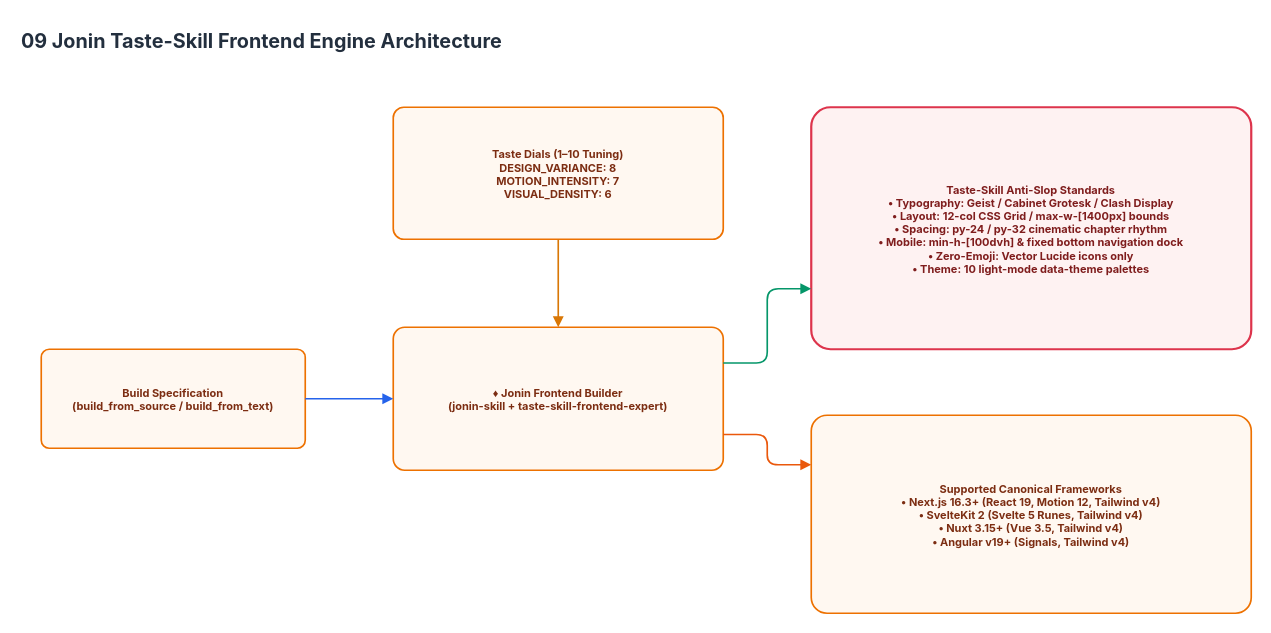
Earlier version of the draw.io diagram page "09 Jonin Taste-Skill Frontend Engine" (9 of 15) of docs/diagrams/konoha-enterprise-architecture.drawio (andycungkrinx91/konoha). Source tidied: cells renumbered, new cells numbered last; positions are measured from the earlier drawing's top-left corner, leaving out a move shared by most shapes. Both pictures are drawn from the tidied source at 110%, with x=0, y=0 at pixel (19, 19).
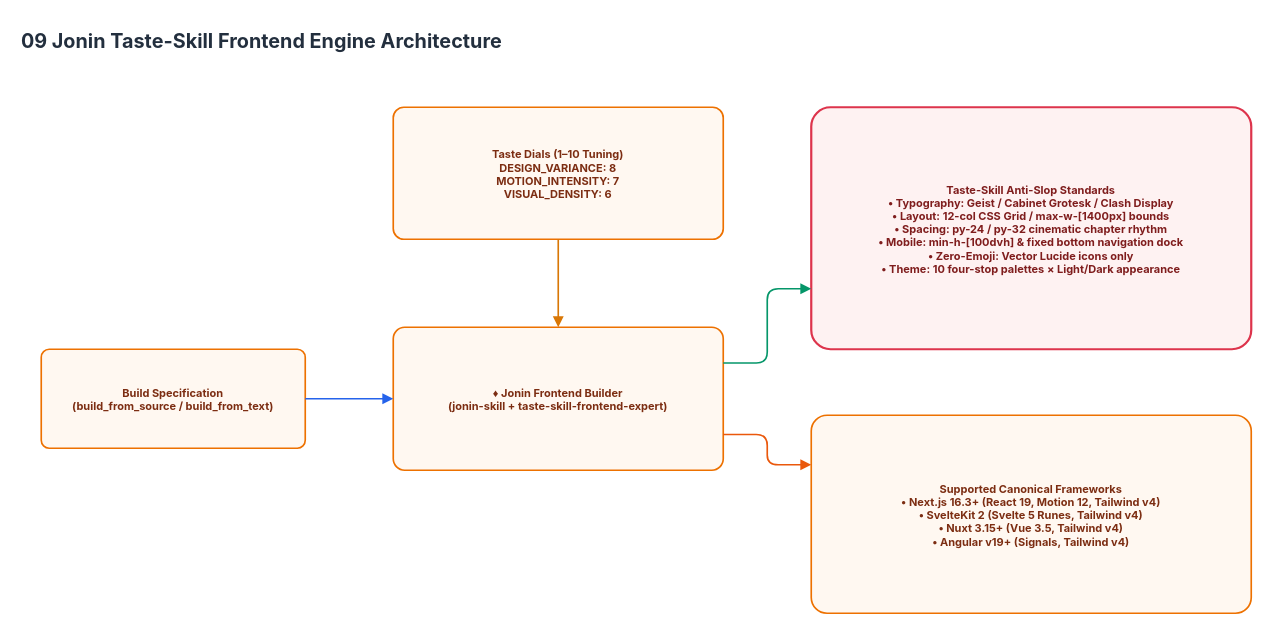
The same diagram, later.

The edit, as a diff of the source:
```diff
@@
 <mxGraphModel>
   <root>
     <mxCell id="0" />
     <mxCell id="1" parent="0" />
     <mxCell id="2" value="09 Jonin Taste-Skill Frontend Engine Architecture" style="text;html=1;strokeColor=none;fillColor=none;fontFamily=Inter, system-ui, -apple-system;fontSize=18;fontStyle=1;fontColor=#232F3E;align=left;verticalAlign=middle;" parent="1" vertex="1">
       <mxGeometry width="900" height="40" as="geometry" />
     </mxCell>
     <mxCell id="3" value="Build Specification&#10;(build_from_source / build_from_text)" style="rounded=1;arcSize=8;html=1;whiteSpace=wrap;fillColor=#FFF8F1;strokeColor=#ED7100;strokeWidth=1.5;fontFamily=Inter, system-ui, -apple-system;fontSize=10;fontColor=#7C2D12;fontStyle=1;shadow=0;" parent="1" vertex="1">
       <mxGeometry x="20" y="300" width="240" height="90" as="geometry" />
     </mxCell>
     <mxCell id="4" value="♦ Jonin Frontend Builder&#10;(jonin-skill + taste-skill-frontend-expert)" style="rounded=1;arcSize=8;html=1;whiteSpace=wrap;fillColor=#FFF8F1;strokeColor=#ED7100;strokeWidth=1.5;fontFamily=Inter, system-ui, -apple-system;fontSize=10;fontColor=#7C2D12;fontStyle=1;shadow=0;" parent="1" vertex="1">
       <mxGeometry x="340" y="280" width="300" height="130" as="geometry" />
     </mxCell>
     <mxCell id="5" value="Taste Dials (1–10 Tuning)&#10;DESIGN_VARIANCE: 8&#10;MOTION_INTENSITY: 7&#10;VISUAL_DENSITY: 6" style="rounded=1;arcSize=8;html=1;whiteSpace=wrap;fillColor=#FFF8F1;strokeColor=#ED7100;strokeWidth=1.5;fontFamily=Inter, system-ui, -apple-system;fontSize=10;fontColor=#7C2D12;fontStyle=1;shadow=0;" parent="1" vertex="1">
       <mxGeometry x="340" y="80" width="300" height="120" as="geometry" />
     </mxCell>
-    <mxCell id="6" value="Taste-Skill Anti-Slop Standards&#10;• Typography: Geist / Cabinet Grotesk / Clash Display&#10;• Layout: 12-col CSS Grid / max-w-[1400px] bounds&#10;• Spacing: py-24 / py-32 cinematic chapter rhythm&#10;• Mobile: min-h-[100dvh] &amp; fixed bottom navigation dock&#10;• Zero-Emoji: Vector Lucide icons only&#10;• Theme: 10 light-mode data-theme palettes" style="rounded=1;arcSize=8;html=1;whiteSpace=wrap;fillColor=#FEF2F2;strokeColor=#DD344C;strokeWidth=2;fontFamily=Inter, system-ui, -apple-system;fontSize=10;fontColor=#7F1D1D;fontStyle=1;shadow=0;" parent="1" vertex="1">
+    <mxCell id="6" value="Taste-Skill Anti-Slop Standards&#10;• Typography: Geist / Cabinet Grotesk / Clash Display&#10;• Layout: 12-col CSS Grid / max-w-[1400px] bounds&#10;• Spacing: py-24 / py-32 cinematic chapter rhythm&#10;• Mobile: min-h-[100dvh] &amp; fixed bottom navigation dock&#10;• Zero-Emoji: Vector Lucide icons only&#10;• Theme: 10 four-stop palettes × Light/Dark appearance" style="rounded=1;arcSize=8;html=1;whiteSpace=wrap;fillColor=#FEF2F2;strokeColor=#DD344C;strokeWidth=2;fontFamily=Inter, system-ui, -apple-system;fontSize=10;fontColor=#7F1D1D;fontStyle=1;shadow=0;" parent="1" vertex="1">
       <mxGeometry x="720" y="80" width="400" height="220" as="geometry" />
     </mxCell>
     <mxCell id="7" value="Supported Canonical Frameworks&#10;• Next.js 16.3+ (React 19, Motion 12, Tailwind v4)&#10;• SvelteKit 2 (Svelte 5 Runes, Tailwind v4)&#10;• Nuxt 3.15+ (Vue 3.5, Tailwind v4)&#10;• Angular v19+ (Signals, Tailwind v4)" style="rounded=1;arcSize=8;html=1;whiteSpace=wrap;fillColor=#FFF8F1;strokeColor=#ED7100;strokeWidth=1.5;fontFamily=Inter, system-ui, -apple-system;fontSize=10;fontColor=#7C2D12;fontStyle=1;shadow=0;" parent="1" vertex="1">
       <mxGeometry x="720" y="360" width="400" height="180" as="geometry" />
     </mxCell>
     <mxCell id="8" style="edgeStyle=orthogonalEdgeStyle;rounded=1;jettySize=auto;html=1;strokeColor=#2563eb;strokeWidth=1.5;endArrow=block;endFill=1;fontFamily=Inter, system-ui, -apple-system;fontSize=10;fontColor=#232F3E;labelBackgroundColor=#FFFFFF;" parent="1" edge="1" source="3" target="4">
       <mxGeometry relative="1" as="geometry" />
     </mxCell>
     <mxCell id="9" style="edgeStyle=orthogonalEdgeStyle;rounded=1;jettySize=auto;html=1;strokeColor=#d97706;strokeWidth=1.5;endArrow=block;endFill=1;fontFamily=Inter, system-ui, -apple-system;fontSize=10;fontColor=#232F3E;labelBackgroundColor=#FFFFFF;" parent="1" edge="1" source="5" target="4">
       <mxGeometry relative="1" as="geometry" />
     </mxCell>
     <mxCell id="10" style="edgeStyle=orthogonalEdgeStyle;rounded=1;jettySize=auto;html=1;strokeColor=#059669;strokeWidth=1.5;endArrow=block;endFill=1;exitX=1;exitY=0.25;entryX=0;entryY=0.75;fontFamily=Inter, system-ui, -apple-system;fontSize=10;fontColor=#232F3E;labelBackgroundColor=#FFFFFF;" parent="1" edge="1" source="4" target="6">
       <mxGeometry relative="1" as="geometry" />
     </mxCell>
     <mxCell id="11" style="edgeStyle=orthogonalEdgeStyle;rounded=1;jettySize=auto;html=1;strokeColor=#ea580c;strokeWidth=1.5;endArrow=block;endFill=1;exitX=1;exitY=0.75;entryX=0;entryY=0.25;fontFamily=Inter, system-ui, -apple-system;fontSize=10;fontColor=#232F3E;labelBackgroundColor=#FFFFFF;" parent="1" edge="1" source="4" target="7">
       <mxGeometry relative="1" as="geometry">
         <Array as="points">
           <mxPoint x="680" y="378" />
           <mxPoint x="680" y="405" />
         </Array>
       </mxGeometry>
     </mxCell>
   </root>
 </mxGraphModel>
```
